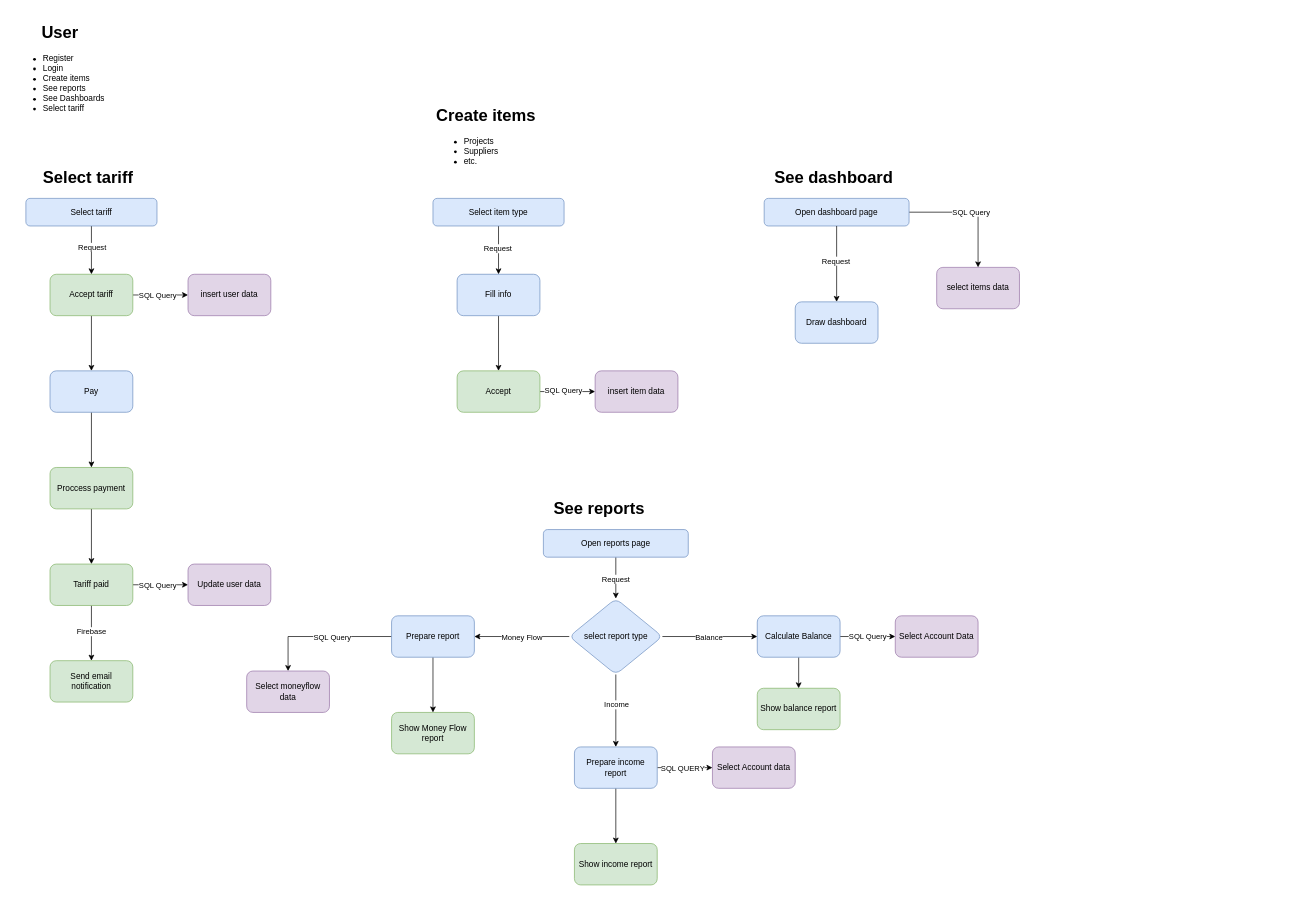
Earlier version of the draw.io diagram Flows.drawio (tlum1/CRMArchitecture). Source tidied: cells renumbered, new cells numbered last; positions are measured from the earlier drawing's top-left corner, leaving out a move shared by most shapes. Both pictures are drawn from the tidied source at 69%, with x=0, y=0 at pixel (12, 19).
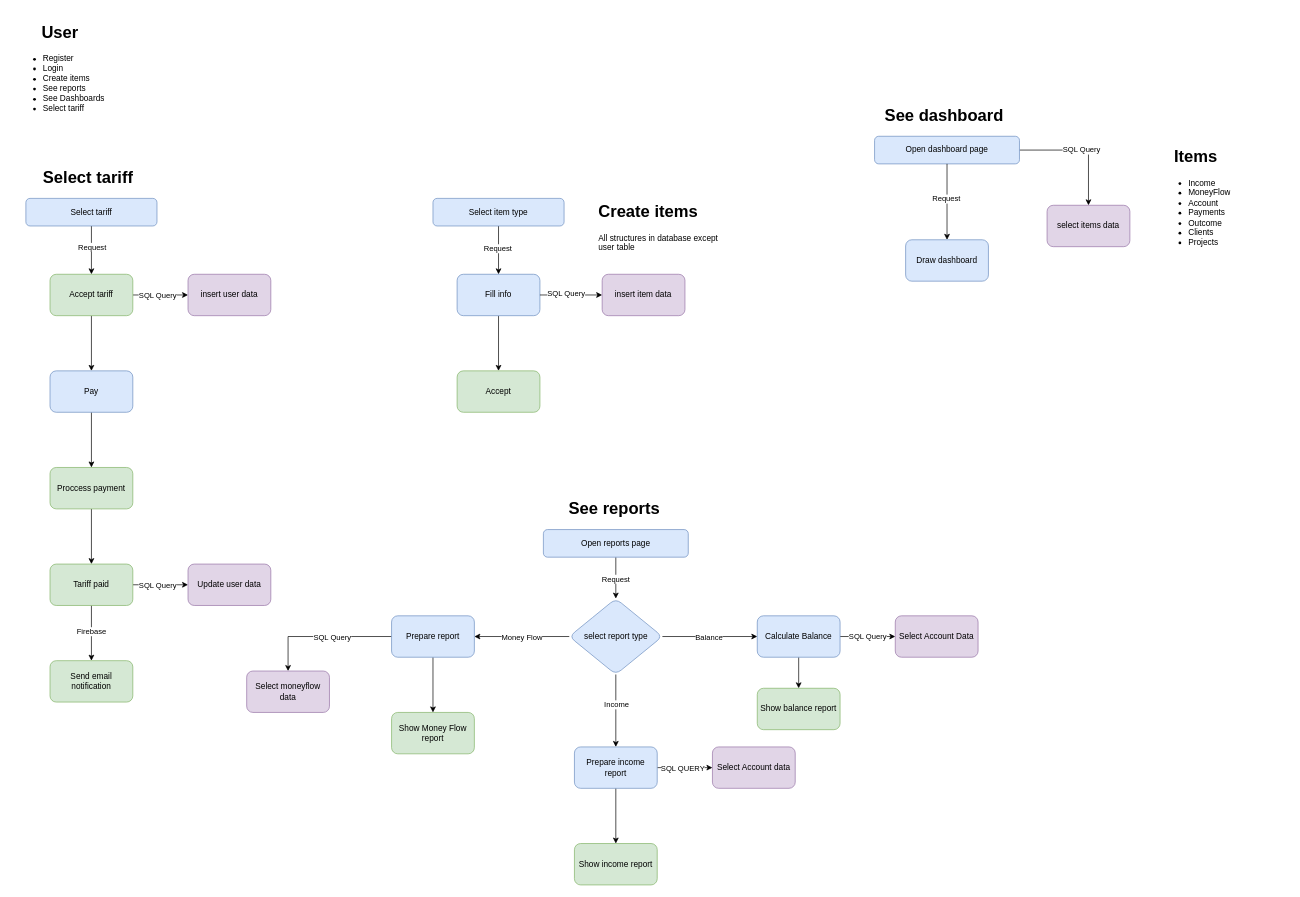
After the change.

The change refers to these unchanged cells:
```xml
<mxCell id="28" value="Fill info" style="whiteSpace=wrap;html=1;fillColor=#dae8fc;strokeColor=#6c8ebf;rounded=1;" parent="1" vertex="1">
  <mxGeometry x="645" y="370" width="120" height="60" as="geometry" />
</mxCell>
<mxCell id="31" value="Accept" style="whiteSpace=wrap;html=1;fillColor=#d5e8d4;strokeColor=#82b366;rounded=1;" parent="1" vertex="1">
  <mxGeometry x="645" y="510" width="120" height="60" as="geometry" />
</mxCell>
```

The edit, as a diff of the source:
```diff
@@
-    <mxCell id="23" value="&lt;h1&gt;Create items&lt;/h1&gt;&lt;div&gt;&lt;ul&gt;&lt;li&gt;Projects&lt;/li&gt;&lt;li&gt;Suppliers&lt;/li&gt;&lt;li&gt;etc.&lt;/li&gt;&lt;/ul&gt;&lt;/div&gt;" style="text;html=1;strokeColor=none;fillColor=none;spacing=5;spacingTop=-20;whiteSpace=wrap;overflow=hidden;rounded=0;" parent="1" vertex="1">
-      <mxGeometry x="610" y="120" width="190" height="120" as="geometry" />
+    <mxCell id="23" value="&lt;h1&gt;Create items&amp;nbsp;&lt;/h1&gt;&lt;div&gt;All structures in database except user table&lt;/div&gt;" style="text;html=1;strokeColor=none;fillColor=none;spacing=5;spacingTop=-20;whiteSpace=wrap;overflow=hidden;rounded=0;" parent="1" vertex="1">
+      <mxGeometry x="845" y="260" width="190" height="120" as="geometry" />
     </mxCell>
@@
-    <mxCell id="29" style="edgeStyle=orthogonalEdgeStyle;rounded=0;jettySize=auto;html=1;" parent="1" edge="1" source="31" target="32">
+    <mxCell id="29" style="edgeStyle=orthogonalEdgeStyle;rounded=0;jettySize=auto;html=1;exitX=1;exitY=0.5;exitDx=0;exitDy=0;" parent="1" edge="1" source="28" target="32">
       <mxGeometry relative="1" as="geometry" />
     </mxCell>
@@
     <mxCell id="32" value="insert item data" style="rounded=1;whiteSpace=wrap;html=1;fillColor=#e1d5e7;strokeColor=#9673a6;" parent="1" vertex="1">
-      <mxGeometry x="845" y="510" width="120" height="60" as="geometry" />
+      <mxGeometry x="855.2" y="370" width="120" height="60" as="geometry" />
     </mxCell>
     <mxCell id="33" value="&lt;h1&gt;See dashboard&lt;/h1&gt;" style="text;html=1;strokeColor=none;fillColor=none;spacing=5;spacingTop=-20;whiteSpace=wrap;overflow=hidden;rounded=0;" parent="1" vertex="1">
-      <mxGeometry x="1100" y="210" width="190" height="120" as="geometry" />
+      <mxGeometry x="1260" y="120" width="190" height="120" as="geometry" />
     </mxCell>
@@
     <mxCell id="35" value="Open dashboard page" style="rounded=1;whiteSpace=wrap;html=1;fillColor=#dae8fc;strokeColor=#6c8ebf;" parent="1" vertex="1">
-      <mxGeometry x="1090" y="260" width="210" height="40" as="geometry" />
+      <mxGeometry x="1250" y="170" width="210" height="40" as="geometry" />
     </mxCell>
@@
     <mxCell id="38" value="select items data" style="rounded=1;whiteSpace=wrap;html=1;fillColor=#e1d5e7;strokeColor=#9673a6;" parent="1" vertex="1">
-      <mxGeometry x="1340" y="360" width="120" height="60" as="geometry" />
+      <mxGeometry x="1500" y="270" width="120" height="60" as="geometry" />
     </mxCell>
     <mxCell id="39" value="Draw dashboard" style="rounded=1;whiteSpace=wrap;html=1;fillColor=#dae8fc;strokeColor=#6c8ebf;" parent="1" vertex="1">
-      <mxGeometry x="1135" y="410" width="120" height="60" as="geometry" />
+      <mxGeometry x="1295" y="320" width="120" height="60" as="geometry" />
     </mxCell>
     <mxCell id="40" value="&lt;h1&gt;See reports&lt;/h1&gt;" style="text;html=1;strokeColor=none;fillColor=none;spacing=5;spacingTop=-20;whiteSpace=wrap;overflow=hidden;rounded=0;" parent="1" vertex="1">
-      <mxGeometry x="780" y="690" width="190" height="120" as="geometry" />
+      <mxGeometry x="802" y="690" width="190" height="120" as="geometry" />
     </mxCell>
@@
+    <mxCell id="68" value="&lt;h1 style=&quot;text-align: center;&quot;&gt;Items&lt;/h1&gt;&lt;div&gt;&lt;ul&gt;&lt;li&gt;Income&lt;/li&gt;&lt;li&gt;MoneyFlow&lt;/li&gt;&lt;li&gt;Account&lt;/li&gt;&lt;li&gt;Payments&lt;/li&gt;&lt;li&gt;Outcome&lt;/li&gt;&lt;li&gt;Clients&lt;/li&gt;&lt;li&gt;Projects&lt;/li&gt;&lt;/ul&gt;&lt;/div&gt;" style="text;html=1;strokeColor=none;fillColor=none;spacing=5;spacingTop=-20;whiteSpace=wrap;overflow=hidden;rounded=0;" parent="1" vertex="1">
+      <mxGeometry x="1660" y="180" width="190" height="170" as="geometry" />
+    </mxCell>
```
